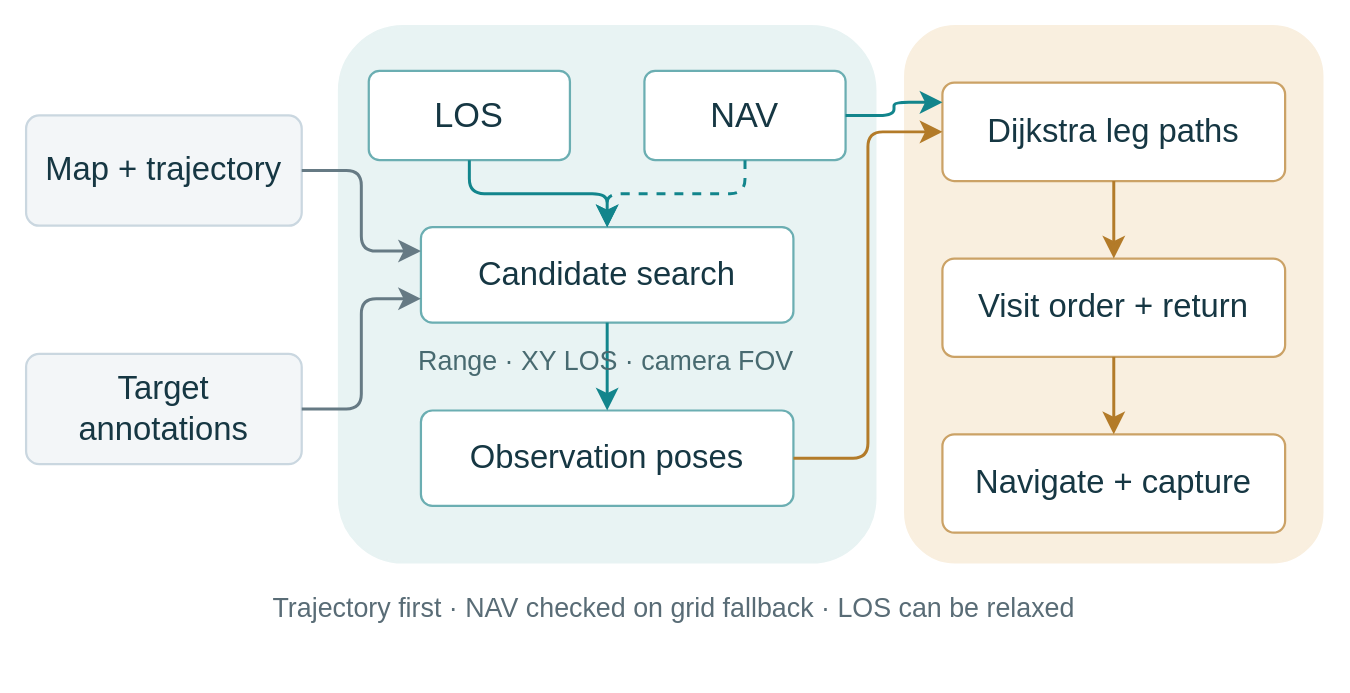
Above: docs/inspection-workflow.drawio in huaiqianli2-lab/go2-rule-based-inspection-navigation (draw.io), before the change. Source tidied: cells renumbered, new cells numbered last; positions are measured from the earlier drawing's top-left corner, leaving out a move shared by most shapes. Both pictures are drawn from the tidied source at 149%, with x=0, y=0 at pixel (25, 25).
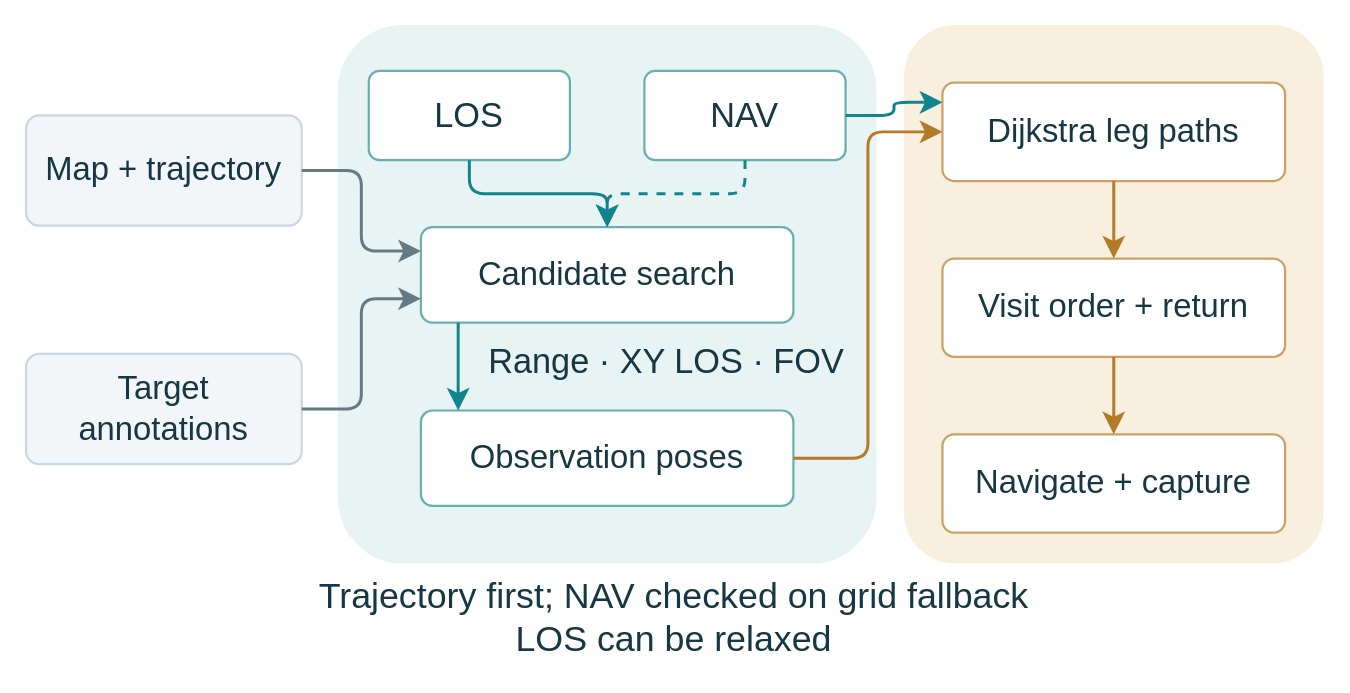
After the change.

Unchanged cells that the change refers to:
```xml
<mxCell id="8" value="Candidate search" style="rounded=1;arcSize=12;whiteSpace=wrap;html=1;fontFamily=Helvetica;fontSize=22;fontColor=#163743;fillColor=#ffffff;strokeColor=#6baeb2;strokeWidth=1.5;spacing=6;" parent="2" vertex="1">
  <mxGeometry x="55" y="135" width="250" height="64" as="geometry" />
</mxCell>
<mxCell id="9" value="Observation poses" style="rounded=1;arcSize=12;whiteSpace=wrap;html=1;fontFamily=Helvetica;fontSize=22;fontColor=#163743;fillColor=#ffffff;strokeColor=#6baeb2;strokeWidth=1.5;spacing=6;" parent="2" vertex="1">
  <mxGeometry x="55" y="258" width="250" height="64" as="geometry" />
</mxCell>
```

The edit, as a diff of the source:
```diff
@@
-    <mxCell id="18" style="edgeStyle=orthogonalEdgeStyle;rounded=1;html=1;endArrow=classic;endSize=9;strokeWidth=2;strokeColor=#12858c;dashed=0;" parent="1" edge="1" source="8" target="9">
+    <mxCell id="18" style="edgeStyle=orthogonalEdgeStyle;rounded=1;html=1;endArrow=classic;endSize=9;strokeWidth=2;strokeColor=#12858c;dashed=0;exitX=0.1;exitY=1;entryX=0.1;entryY=0;" parent="1" edge="1" source="8" target="9">
       <mxGeometry relative="1" as="geometry" />
     </mxCell>
@@
-    <mxCell id="22" value="Range · XY LOS · camera FOV" style="rounded=1;arcSize=12;whiteSpace=wrap;html=1;fontFamily=Helvetica;fontSize=18;fontColor=#486a70;fillColor=none;strokeColor=none;strokeWidth=1.5;spacing=6;" parent="1" vertex="1">
-      <mxGeometry x="247" y="206" width="285" height="38" as="geometry" />
+    <mxCell id="22" value="Range · XY LOS · FOV" style="rounded=1;arcSize=12;whiteSpace=wrap;html=1;fontFamily=Helvetica;fontSize=23;fontColor=#163743;fillColor=none;strokeColor=none;strokeWidth=1.5;spacing=6;" parent="1" vertex="1">
+      <mxGeometry x="300" y="206" width="260" height="38" as="geometry" />
     </mxCell>
-    <mxCell id="23" value="Trajectory first · NAV checked on grid fallback · LOS can be relaxed" style="rounded=1;arcSize=12;whiteSpace=wrap;html=1;fontFamily=Helvetica;fontSize=18;fontColor=#596c76;fillColor=none;strokeColor=none;strokeWidth=1.5;spacing=6;" parent="1" vertex="1">
-      <mxGeometry y="374" width="870" height="34" as="geometry" />
+    <mxCell id="23" value="Trajectory first; NAV checked on grid fallback&lt;br&gt;LOS can be relaxed" style="rounded=1;arcSize=12;whiteSpace=wrap;html=1;fontFamily=Helvetica;fontSize=24;fontColor=#163743;fillColor=none;strokeColor=none;strokeWidth=1.5;spacing=6;" parent="1" vertex="1">
+      <mxGeometry y="364" width="870" height="66" as="geometry" />
     </mxCell>
```
